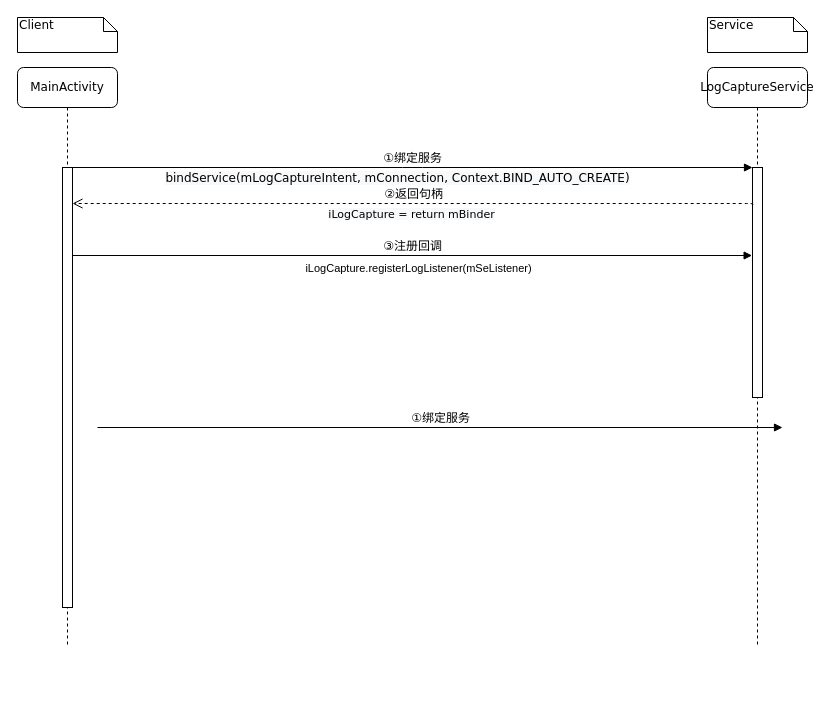
Above: Seq-LogCapture-NFC.drawio in SuperSources/draw.io (draw.io), before the change. Source tidied: cells renumbered, new cells numbered last; positions are measured from the earlier drawing's top-left corner, leaving out a move shared by most shapes. Both pictures are drawn from the tidied source at 100%, with x=0, y=0 at pixel (17, 17).
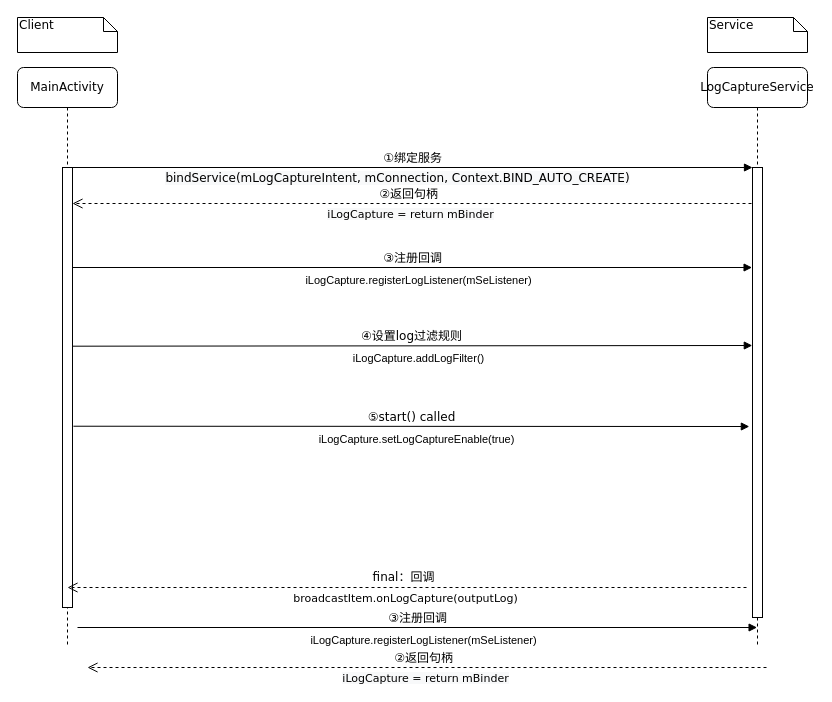
The same diagram, later.

Unchanged cells that the change refers to:
```xml
<mxCell id="2" value="LogCaptureService" style="shape=umlLifeline;perimeter=lifelinePerimeter;whiteSpace=wrap;html=1;rounded=1;shadow=0;comic=0;labelBackgroundColor=none;strokeWidth=1;fontFamily=Verdana;fontSize=12;align=center;" parent="1" vertex="1">
  <mxGeometry x="690" y="50" width="100" height="580" as="geometry" />
</mxCell>
<mxCell id="5" style="html=1;points=[];perimeter=orthogonalPerimeter;rounded=0;shadow=0;comic=0;labelBackgroundColor=none;strokeWidth=1;fontFamily=Verdana;fontSize=12;align=center;" parent="4" vertex="1">
  <mxGeometry x="45" y="100" width="10" height="440" as="geometry" />
</mxCell>
```

Diff of the diagram source:
```diff
@@
     <mxCell id="3" style="html=1;points=[];perimeter=orthogonalPerimeter;rounded=0;shadow=0;comic=0;labelBackgroundColor=none;strokeWidth=1;fontFamily=Verdana;fontSize=12;align=center;" parent="2" vertex="1">
-      <mxGeometry x="45" y="100" width="10" height="230" as="geometry" />
+      <mxGeometry x="45" y="100" width="10" height="450" as="geometry" />
     </mxCell>
@@
-    <mxCell id="6" value="②返回句柄" style="html=1;verticalAlign=bottom;endArrow=open;dashed=1;endSize=8;labelBackgroundColor=none;fontFamily=Verdana;fontSize=12;edgeStyle=elbowEdgeStyle;elbow=vertical;exitX=0.062;exitY=0.161;exitDx=0;exitDy=0;exitPerimeter=0;" parent="1" edge="1" source="3" target="5">
-      <mxGeometry relative="1" as="geometry">
+    <mxCell id="6" value="②返回句柄" style="html=1;verticalAlign=bottom;endArrow=open;dashed=1;endSize=8;labelBackgroundColor=none;fontFamily=Verdana;fontSize=12;edgeStyle=elbowEdgeStyle;elbow=vertical;" parent="1" edge="1" target="5">
+      <mxGeometry x="0.01" relative="1" as="geometry">
+        <mxPoint x="734" y="186" as="sourcePoint" />
         <Array as="points">
-          <mxPoint x="610" y="186" />
+          <mxPoint x="390" y="186" />
           <mxPoint x="470" y="556" />
         </Array>
       </mxGeometry>
     </mxCell>
@@
-    <mxCell id="12" value="③注册回调" style="html=1;verticalAlign=bottom;endArrow=block;entryX=-0.038;entryY=0.381;labelBackgroundColor=none;fontFamily=Verdana;fontSize=12;edgeStyle=elbowEdgeStyle;elbow=vertical;entryDx=0;entryDy=0;entryPerimeter=0;" parent="1" edge="1" source="5" target="3">
-      <mxGeometry relative="1" as="geometry" />
+    <mxCell id="12" value="③注册回调" style="html=1;verticalAlign=bottom;endArrow=block;entryX=-0.038;entryY=0.381;labelBackgroundColor=none;fontFamily=Verdana;fontSize=12;edgeStyle=elbowEdgeStyle;elbow=vertical;entryDx=0;entryDy=0;entryPerimeter=0;" parent="1" edge="1">
+      <mxGeometry relative="1" as="geometry">
+        <mxPoint x="55" y="250" as="sourcePoint" />
+        <mxPoint x="734.6" y="250.5" as="targetPoint" />
+      </mxGeometry>
     </mxCell>
@@
-    <mxCell id="14" value="①绑定服务" style="html=1;verticalAlign=bottom;endArrow=block;entryX=0;entryY=0;labelBackgroundColor=none;fontFamily=Verdana;fontSize=12;edgeStyle=elbowEdgeStyle;elbow=vertical;" parent="1" edge="1">
-      <mxGeometry relative="1" as="geometry">
-        <mxPoint x="80" y="410" as="sourcePoint" />
-        <mxPoint x="765" y="410" as="targetPoint" />
-      </mxGeometry>
-    </mxCell>
+    <mxCell id="15" value="②返回句柄" style="html=1;verticalAlign=bottom;endArrow=open;dashed=1;endSize=8;labelBackgroundColor=none;fontFamily=Verdana;fontSize=12;edgeStyle=elbowEdgeStyle;elbow=vertical;" parent="1" edge="1">
+      <mxGeometry x="0.01" relative="1" as="geometry">
+        <mxPoint x="749" y="650" as="sourcePoint" />
+        <mxPoint x="70" y="650" as="targetPoint" />
+        <Array as="points">
+          <mxPoint x="405" y="650" />
+          <mxPoint x="485" y="1020" />
+        </Array>
+      </mxGeometry>
+    </mxCell>
+    <mxCell id="16" value="&lt;span style=&quot;background-color: rgb(248 , 249 , 250)&quot;&gt;&lt;font face=&quot;Verdana&quot;&gt;iLogCapture = return&amp;nbsp;mBinder&lt;/font&gt;&lt;/span&gt;" style="edgeLabel;html=1;align=center;verticalAlign=middle;" parent="15" vertex="1">
+      <mxGeometry x="-0.02" y="2" relative="1" as="geometry">
+        <mxPoint x="-9" y="8" as="offset" />
+      </mxGeometry>
+    </mxCell>
+    <mxCell id="17" value="③注册回调" style="html=1;verticalAlign=bottom;endArrow=block;entryX=-0.038;entryY=0.381;labelBackgroundColor=none;fontFamily=Verdana;fontSize=12;edgeStyle=elbowEdgeStyle;elbow=vertical;entryDx=0;entryDy=0;entryPerimeter=0;" parent="1" edge="1">
+      <mxGeometry relative="1" as="geometry">
+        <mxPoint x="60" y="610" as="sourcePoint" />
+        <mxPoint x="739.6" y="610.5" as="targetPoint" />
+      </mxGeometry>
+    </mxCell>
+    <mxCell id="18" value="iLogCapture.registerLogListener(mSeListener)" style="edgeLabel;html=1;align=center;verticalAlign=middle;" parent="17" vertex="1">
+      <mxGeometry x="0.03" y="-1" relative="1" as="geometry">
+        <mxPoint x="-5" y="11" as="offset" />
+      </mxGeometry>
+    </mxCell>
+    <mxCell id="19" value="final：回调&lt;font color=&quot;rgba(0, 0, 0, 0)&quot; face=&quot;monospace&quot;&gt;&lt;span style=&quot;font-size: 0px&quot;&gt;onLogCap&lt;/span&gt;&lt;/font&gt;" style="html=1;verticalAlign=bottom;endArrow=open;dashed=1;endSize=8;labelBackgroundColor=none;fontFamily=Verdana;fontSize=12;edgeStyle=elbowEdgeStyle;elbow=vertical;" parent="1" edge="1">
+      <mxGeometry x="0.01" relative="1" as="geometry">
+        <mxPoint x="729" y="570" as="sourcePoint" />
+        <mxPoint x="50" y="570" as="targetPoint" />
+        <Array as="points">
+          <mxPoint x="385" y="570" />
+          <mxPoint x="465" y="940" />
+        </Array>
+      </mxGeometry>
+    </mxCell>
+    <mxCell id="20" value="&lt;font face=&quot;Verdana&quot;&gt;&lt;span style=&quot;font-size: 11px&quot;&gt;broadcastItem.onLogCapture(outputLog)&lt;/span&gt;&lt;/font&gt;" style="edgeLabel;html=1;align=center;verticalAlign=middle;" parent="19" vertex="1">
+      <mxGeometry x="-0.02" y="2" relative="1" as="geometry">
+        <mxPoint x="-9" y="8" as="offset" />
+      </mxGeometry>
+    </mxCell>
+    <mxCell id="21" value="④设置log过滤规则" style="html=1;verticalAlign=bottom;endArrow=block;entryX=-0.025;entryY=0.378;labelBackgroundColor=none;fontFamily=Verdana;fontSize=12;edgeStyle=elbowEdgeStyle;elbow=vertical;entryDx=0;entryDy=0;entryPerimeter=0;exitX=0.975;exitY=0.388;exitDx=0;exitDy=0;exitPerimeter=0;" parent="1" edge="1">
+      <mxGeometry relative="1" as="geometry">
+        <mxPoint x="54.8" y="328.7" as="sourcePoint" />
+        <mxPoint x="734.8" y="328.1" as="targetPoint" />
+        <Array as="points">
+          <mxPoint x="740" y="328" />
+        </Array>
+      </mxGeometry>
+    </mxCell>
+    <mxCell id="22" value="iLogCapture.addLogFilter()" style="edgeLabel;html=1;align=center;verticalAlign=middle;" parent="21" vertex="1">
+      <mxGeometry x="0.03" y="-1" relative="1" as="geometry">
+        <mxPoint x="-5" y="11" as="offset" />
+      </mxGeometry>
+    </mxCell>
+    <mxCell id="23" value="⑤start() called" style="html=1;verticalAlign=bottom;endArrow=block;entryX=-0.314;entryY=0.575;labelBackgroundColor=none;fontFamily=Verdana;fontSize=12;edgeStyle=elbowEdgeStyle;elbow=vertical;entryDx=0;entryDy=0;entryPerimeter=0;exitX=1.091;exitY=0.588;exitDx=0;exitDy=0;exitPerimeter=0;" parent="1" edge="1" source="5" target="3">
+      <mxGeometry relative="1" as="geometry" />
+    </mxCell>
+    <mxCell id="24" value="iLogCapture.setLogCaptureEnable(true)" style="edgeLabel;html=1;align=center;verticalAlign=middle;" parent="23" vertex="1">
+      <mxGeometry x="0.03" y="-1" relative="1" as="geometry">
+        <mxPoint x="-5" y="11" as="offset" />
+      </mxGeometry>
+    </mxCell>
```
